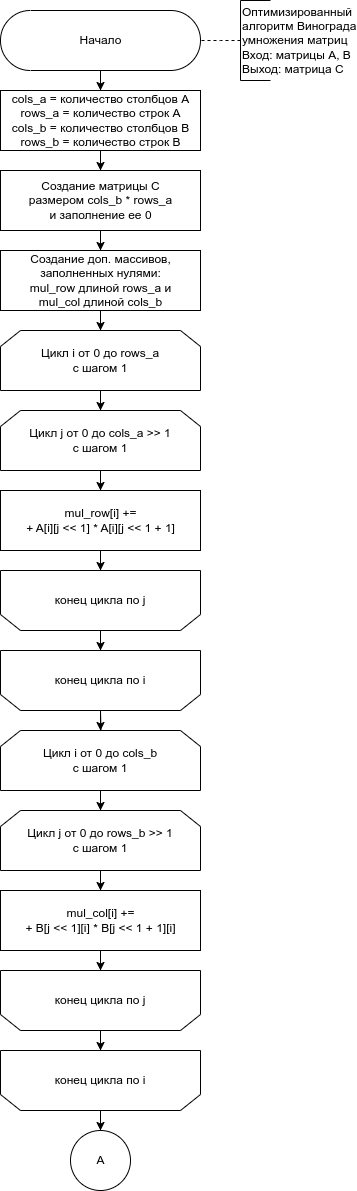
Earlier version of the draw.io export lab_02/docs/img/opt_vin_alg1.png (Ananasiika/bmstu-aa). Source tidied: cells renumbered, new cells last; positions are measured from the earlier drawing's top-left corner, leaving out a move shared by most shapes.
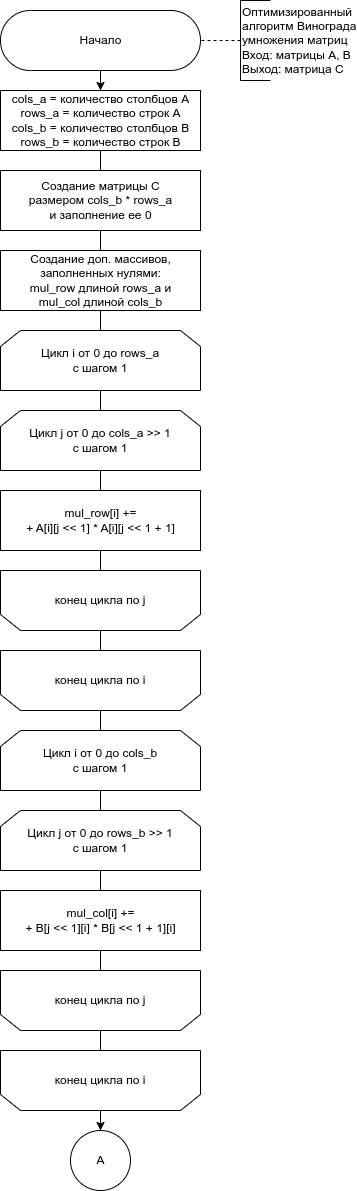
Above is the later version.

The edit, as a diff of the source:
```diff
@@ -14,7 +14,7 @@
     <mxCell id="5" style="edgeStyle=orthogonalEdgeStyle;rounded=0;jettySize=auto;html=1;exitX=0.5;exitY=1;exitDx=0;exitDy=0;entryX=0.5;entryY=0;entryDx=0;entryDy=0;endArrow=none;endFill=0;" parent="1" edge="1" source="7" target="13">
       <mxGeometry relative="1" as="geometry" />
     </mxCell>
-    <mxCell id="6" style="edgeStyle=orthogonalEdgeStyle;rounded=0;jettySize=auto;html=1;exitX=0.5;exitY=1;exitDx=0;exitDy=0;" parent="1" edge="1" source="7" target="13">
+    <mxCell id="6" style="endArrow=none;html=1;rounded=0;" parent="1" edge="1" source="7" target="13">
       <mxGeometry relative="1" as="geometry" />
     </mxCell>
     <mxCell id="7" value="cols_a = количество столбцов A&lt;br style=&quot;border-color: var(--border-color);&quot;&gt;rows_a = количество строк A&lt;br style=&quot;border-color: var(--border-color);&quot;&gt;cols_b = количество столбцов B&lt;br&gt;rows_b = количество строк B" style="html=1;dashed=0;whitespace=wrap;" parent="1" vertex="1">
@@ -23,7 +23,7 @@
     <mxCell id="8" style="edgeStyle=orthogonalEdgeStyle;rounded=0;jettySize=auto;html=1;exitX=0.5;exitY=1;exitDx=0;exitDy=0;entryX=0.5;entryY=0;entryDx=0;entryDy=0;endArrow=none;endFill=0;" parent="1" edge="1" source="10" target="16">
       <mxGeometry relative="1" as="geometry" />
     </mxCell>
-    <mxCell id="9" style="edgeStyle=orthogonalEdgeStyle;rounded=0;jettySize=auto;html=1;exitX=0.5;exitY=1;exitDx=0;exitDy=0;" parent="1" edge="1" source="10" target="16">
+    <mxCell id="9" style="endArrow=none;html=1;rounded=0;" parent="1" edge="1" source="10" target="16">
       <mxGeometry relative="1" as="geometry" />
     </mxCell>
     <mxCell id="10" value="Цикл i от 0 до rows_a&lt;br&gt;с шагом 1" style="shape=loopLimit;whiteSpace=wrap;html=1;direction=east;" parent="1" vertex="1">
@@ -32,7 +32,7 @@
     <mxCell id="11" style="edgeStyle=orthogonalEdgeStyle;rounded=0;jettySize=auto;html=1;exitX=0.5;exitY=1;exitDx=0;exitDy=0;entryX=0.5;entryY=0;entryDx=0;entryDy=0;endArrow=none;endFill=0;" parent="1" edge="1" source="13" target="10">
       <mxGeometry relative="1" as="geometry" />
     </mxCell>
-    <mxCell id="12" style="edgeStyle=orthogonalEdgeStyle;rounded=0;jettySize=auto;html=1;exitX=0.5;exitY=1;exitDx=0;exitDy=0;" parent="1" edge="1" source="13" target="45">
+    <mxCell id="12" style="endArrow=none;html=1;rounded=0;" parent="1" edge="1" source="13" target="45">
       <mxGeometry relative="1" as="geometry" />
     </mxCell>
     <mxCell id="13" value="Создание матрицы C&lt;br&gt;размером cols_b * rows_a&lt;br&gt;и заполнение ее 0" style="html=1;dashed=0;whitespace=wrap;" parent="1" vertex="1">
@@ -41,7 +41,7 @@
     <mxCell id="14" style="edgeStyle=orthogonalEdgeStyle;rounded=0;jettySize=auto;html=1;exitX=0.5;exitY=1;exitDx=0;exitDy=0;entryX=0.5;entryY=0;entryDx=0;entryDy=0;endArrow=none;endFill=0;" parent="1" edge="1" source="16" target="19">
       <mxGeometry relative="1" as="geometry" />
     </mxCell>
-    <mxCell id="15" style="edgeStyle=orthogonalEdgeStyle;rounded=0;jettySize=auto;html=1;exitX=0.5;exitY=1;exitDx=0;exitDy=0;" parent="1" edge="1" source="16" target="19">
+    <mxCell id="15" style="endArrow=none;html=1;rounded=0;" parent="1" edge="1" source="16" target="19">
       <mxGeometry relative="1" as="geometry" />
     </mxCell>
     <mxCell id="16" value="Цикл j от 0 до cols_a &amp;gt;&amp;gt; 1&lt;br&gt;с шагом 1" style="shape=loopLimit;whiteSpace=wrap;html=1;direction=east;" parent="1" vertex="1">
@@ -50,7 +50,7 @@
     <mxCell id="17" style="edgeStyle=orthogonalEdgeStyle;rounded=0;jettySize=auto;html=1;exitX=0.5;exitY=1;exitDx=0;exitDy=0;entryX=0.5;entryY=1;entryDx=0;entryDy=0;endArrow=none;endFill=0;" parent="1" edge="1" source="19" target="22">
       <mxGeometry relative="1" as="geometry" />
     </mxCell>
-    <mxCell id="18" style="edgeStyle=orthogonalEdgeStyle;rounded=0;jettySize=auto;html=1;exitX=0.5;exitY=1;exitDx=0;exitDy=0;" parent="1" edge="1" source="19" target="22">
+    <mxCell id="18" style="endArrow=none;html=1;rounded=0;" parent="1" edge="1" source="19" target="22">
       <mxGeometry relative="1" as="geometry" />
     </mxCell>
     <mxCell id="19" value="mul_row[i] +=&lt;br&gt;+ A[i][j &amp;lt;&amp;lt; 1] * A[i][j &amp;lt;&amp;lt; 1 + 1]" style="html=1;dashed=0;whitespace=wrap;" parent="1" vertex="1">
@@ -59,7 +59,7 @@
     <mxCell id="20" style="edgeStyle=orthogonalEdgeStyle;rounded=0;jettySize=auto;html=1;exitX=0.5;exitY=0;exitDx=0;exitDy=0;entryX=0.5;entryY=1;entryDx=0;entryDy=0;endArrow=none;endFill=0;" parent="1" edge="1" source="22" target="25">
       <mxGeometry relative="1" as="geometry" />
     </mxCell>
-    <mxCell id="21" style="edgeStyle=orthogonalEdgeStyle;rounded=0;jettySize=auto;html=1;exitX=0.5;exitY=0;exitDx=0;exitDy=0;" parent="1" edge="1" source="22" target="25">
+    <mxCell id="21" style="endArrow=none;html=1;rounded=0;" parent="1" edge="1" source="22" target="25">
       <mxGeometry relative="1" as="geometry" />
     </mxCell>
     <mxCell id="22" value="конец цикла по j" style="shape=loopLimit;whiteSpace=wrap;html=1;strokeWidth=1;direction=west;" parent="1" vertex="1">
@@ -70,7 +70,7 @@
         <mxPoint x="100" y="730" as="targetPoint" />
       </mxGeometry>
     </mxCell>
-    <mxCell id="24" style="edgeStyle=orthogonalEdgeStyle;rounded=0;jettySize=auto;html=1;exitX=0.5;exitY=0;exitDx=0;exitDy=0;" parent="1" edge="1" source="25">
+    <mxCell id="24" style="endArrow=none;html=1;rounded=0;" parent="1" edge="1" source="25">
       <mxGeometry relative="1" as="geometry">
         <mxPoint x="100" y="730" as="targetPoint" />
       </mxGeometry>
@@ -78,20 +78,10 @@
     <mxCell id="25" value="конец цикла по i" style="shape=loopLimit;whiteSpace=wrap;html=1;strokeWidth=1;direction=west;" parent="1" vertex="1">
       <mxGeometry y="650" width="200" height="60" as="geometry" />
     </mxCell>
-    <mxCell id="26" style="edgeStyle=orthogonalEdgeStyle;rounded=0;jettySize=auto;html=1;exitX=0.5;exitY=1;exitDx=0;exitDy=0;entryX=0.5;entryY=0;entryDx=0;entryDy=0;endArrow=none;endFill=0;" parent="1" edge="1" target="30">
-      <mxGeometry relative="1" as="geometry">
-        <mxPoint x="100" y="710" as="sourcePoint" />
-      </mxGeometry>
-    </mxCell>
-    <mxCell id="27" style="edgeStyle=orthogonalEdgeStyle;rounded=0;jettySize=auto;html=1;exitX=0.5;exitY=1;exitDx=0;exitDy=0;" parent="1" edge="1" target="30">
-      <mxGeometry relative="1" as="geometry">
-        <mxPoint x="100" y="710" as="sourcePoint" />
-      </mxGeometry>
-    </mxCell>
     <mxCell id="28" style="edgeStyle=orthogonalEdgeStyle;rounded=0;jettySize=auto;html=1;exitX=0.5;exitY=1;exitDx=0;exitDy=0;entryX=0.5;entryY=0;entryDx=0;entryDy=0;endArrow=none;endFill=0;" parent="1" edge="1" source="30" target="33">
       <mxGeometry relative="1" as="geometry" />
     </mxCell>
-    <mxCell id="29" style="edgeStyle=orthogonalEdgeStyle;rounded=0;jettySize=auto;html=1;exitX=0.5;exitY=1;exitDx=0;exitDy=0;" parent="1" edge="1" source="30" target="33">
+    <mxCell id="29" style="endArrow=none;html=1;rounded=0;" parent="1" edge="1" source="30" target="33">
       <mxGeometry relative="1" as="geometry" />
     </mxCell>
     <mxCell id="30" value="Цикл i от 0 до cols_b&lt;br&gt;с шагом 1" style="shape=loopLimit;whiteSpace=wrap;html=1;direction=east;" parent="1" vertex="1">
@@ -100,7 +90,7 @@
     <mxCell id="31" style="edgeStyle=orthogonalEdgeStyle;rounded=0;jettySize=auto;html=1;exitX=0.5;exitY=1;exitDx=0;exitDy=0;entryX=0.5;entryY=0;entryDx=0;entryDy=0;endArrow=none;endFill=0;" parent="1" edge="1" source="33" target="36">
       <mxGeometry relative="1" as="geometry" />
     </mxCell>
-    <mxCell id="32" style="edgeStyle=orthogonalEdgeStyle;rounded=0;jettySize=auto;html=1;exitX=0.5;exitY=1;exitDx=0;exitDy=0;" parent="1" edge="1" source="33" target="36">
+    <mxCell id="32" style="endArrow=none;html=1;rounded=0;" parent="1" edge="1" source="33" target="36">
       <mxGeometry relative="1" as="geometry" />
     </mxCell>
     <mxCell id="33" value="Цикл j от 0 до rows_b &amp;gt;&amp;gt; 1&lt;br&gt;с шагом 1" style="shape=loopLimit;whiteSpace=wrap;html=1;direction=east;" parent="1" vertex="1">
@@ -109,7 +99,7 @@
     <mxCell id="34" style="edgeStyle=orthogonalEdgeStyle;rounded=0;jettySize=auto;html=1;exitX=0.5;exitY=1;exitDx=0;exitDy=0;entryX=0.5;entryY=1;entryDx=0;entryDy=0;endArrow=none;endFill=0;" parent="1" edge="1" source="36" target="39">
       <mxGeometry relative="1" as="geometry" />
     </mxCell>
-    <mxCell id="35" style="edgeStyle=orthogonalEdgeStyle;rounded=0;jettySize=auto;html=1;exitX=0.5;exitY=1;exitDx=0;exitDy=0;" parent="1" edge="1" source="36" target="39">
+    <mxCell id="35" style="endArrow=none;html=1;rounded=0;" parent="1" edge="1" source="36" target="39">
       <mxGeometry relative="1" as="geometry" />
     </mxCell>
     <mxCell id="36" value="mul_col[i] +=&lt;br&gt;+ B[j &amp;lt;&amp;lt; 1][i] * B[j &amp;lt;&amp;lt; 1 + 1][i]" style="html=1;dashed=0;whitespace=wrap;" parent="1" vertex="1">
@@ -118,7 +108,7 @@
     <mxCell id="37" style="edgeStyle=orthogonalEdgeStyle;rounded=0;jettySize=auto;html=1;exitX=0.5;exitY=0;exitDx=0;exitDy=0;entryX=0.5;entryY=1;entryDx=0;entryDy=0;endArrow=none;endFill=0;" parent="1" edge="1" source="39" target="42">
       <mxGeometry relative="1" as="geometry" />
     </mxCell>
-    <mxCell id="38" style="edgeStyle=orthogonalEdgeStyle;rounded=0;jettySize=auto;html=1;exitX=0.5;exitY=0;exitDx=0;exitDy=0;" parent="1" edge="1" source="39" target="42">
+    <mxCell id="38" style="endArrow=none;html=1;rounded=0;" parent="1" edge="1" source="39" target="42">
       <mxGeometry relative="1" as="geometry" />
     </mxCell>
     <mxCell id="39" value="конец цикла по j" style="shape=loopLimit;whiteSpace=wrap;html=1;strokeWidth=1;direction=west;" parent="1" vertex="1">
@@ -136,7 +126,7 @@
     <mxCell id="43" value="A" style="shape=ellipse;html=1;dashed=0;whitespace=wrap;perimeter=ellipsePerimeter;" parent="1" vertex="1">
       <mxGeometry x="70" y="1130" width="60" height="60" as="geometry" />
     </mxCell>
-    <mxCell id="44" style="edgeStyle=orthogonalEdgeStyle;rounded=0;jettySize=auto;html=1;exitX=0.5;exitY=1;exitDx=0;exitDy=0;" parent="1" edge="1" source="45" target="10">
+    <mxCell id="44" style="endArrow=none;html=1;rounded=0;" parent="1" edge="1" source="45" target="10">
       <mxGeometry relative="1" as="geometry" />
     </mxCell>
     <mxCell id="45" value="Создание доп. массивов,&lt;br&gt;заполненных нулями:&lt;br&gt;mul_row длиной rows_a и&lt;br&gt;mul_col длиной cols_b" style="html=1;dashed=0;whitespace=wrap;" parent="1" vertex="1">
```
